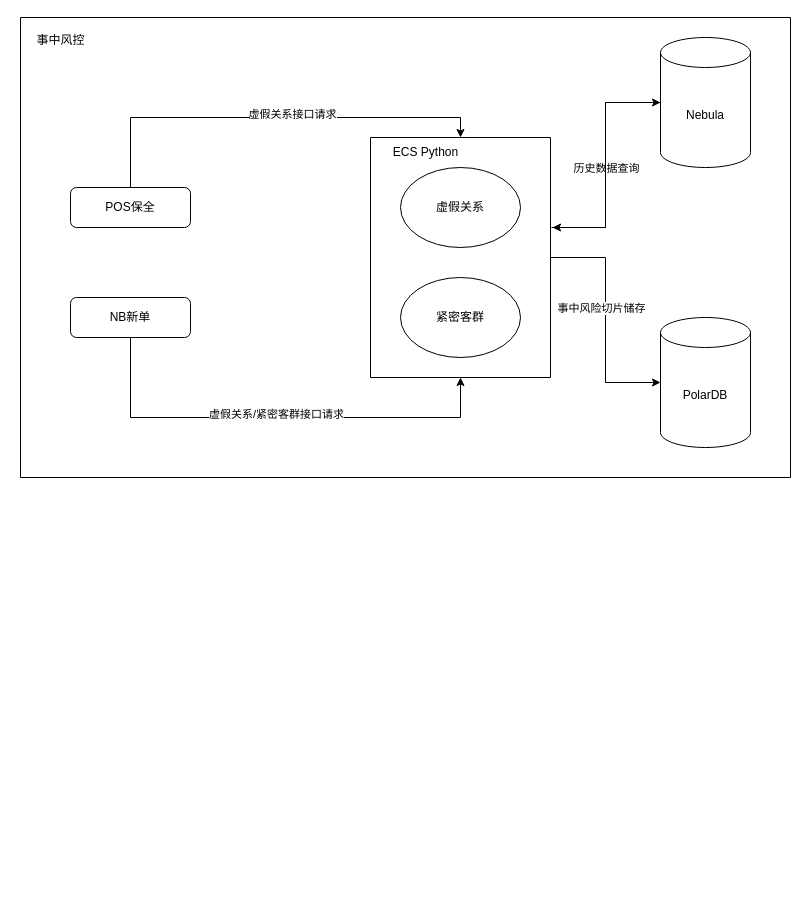
XiaoLiuAI/diagrams keeps this draw.io diagram as page "Page-1" (1 of 3) of 友邦/友邦事中数据流.drawio. Above is the earlier version. Source tidied: cells renumbered, new cells numbered last; positions are measured from the earlier drawing's top-left corner, leaving out a move shared by most shapes. Both pictures are drawn from the tidied source at 100%, with x=0, y=0 at pixel (20, 17).
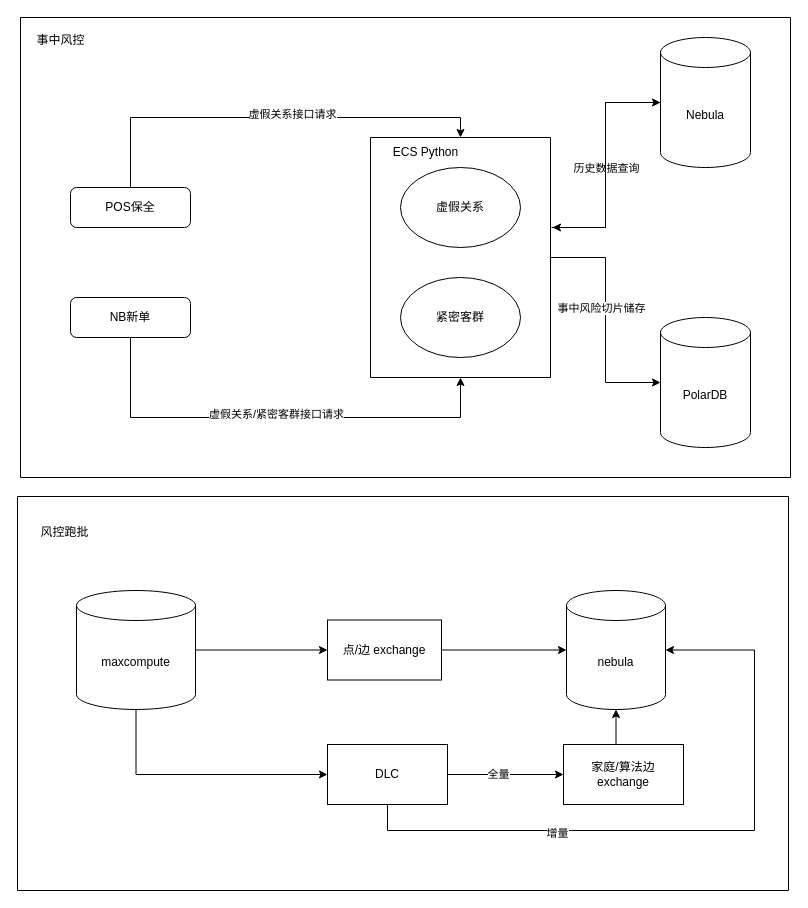
After the change.

Commit message:
Update 友邦事中数据流.drawio

Diff of the diagram source:
```diff
@@
+    <mxCell id="21" style="swimlane;startSize=0;" parent="1" vertex="1">
+      <mxGeometry x="-3" y="479" width="771" height="394" as="geometry" />
+    </mxCell>
+    <mxCell id="22" style="edgeStyle=orthogonalEdgeStyle;rounded=0;jettySize=auto;html=1;" parent="21" edge="1" source="24" target="25">
+      <mxGeometry relative="1" as="geometry" />
+    </mxCell>
+    <mxCell id="23" style="edgeStyle=orthogonalEdgeStyle;rounded=0;jettySize=auto;html=1;exitX=0.5;exitY=1;exitDx=0;exitDy=0;exitPerimeter=0;entryX=0;entryY=0.5;entryDx=0;entryDy=0;" parent="21" edge="1" source="24" target="30">
+      <mxGeometry relative="1" as="geometry" />
+    </mxCell>
+    <mxCell id="24" value="maxcompute" style="shape=cylinder3;whiteSpace=wrap;html=1;boundedLbl=1;backgroundOutline=1;size=15;" parent="21" vertex="1">
+      <mxGeometry x="59" y="94" width="119" height="119" as="geometry" />
+    </mxCell>
+    <mxCell id="25" value="点/边 exchange" style="whiteSpace=wrap;html=1;" parent="21" vertex="1">
+      <mxGeometry x="310" y="123.5" width="114" height="60" as="geometry" />
+    </mxCell>
+    <mxCell id="26" value="nebula" style="shape=cylinder3;whiteSpace=wrap;html=1;boundedLbl=1;backgroundOutline=1;size=15;" parent="21" vertex="1">
+      <mxGeometry x="549" y="94" width="99" height="119" as="geometry" />
+    </mxCell>
+    <mxCell id="27" style="edgeStyle=orthogonalEdgeStyle;rounded=0;jettySize=auto;html=1;entryX=0;entryY=0.5;entryDx=0;entryDy=0;entryPerimeter=0;" parent="21" edge="1" source="25" target="26">
+      <mxGeometry relative="1" as="geometry" />
+    </mxCell>
+    <mxCell id="28" style="edgeStyle=orthogonalEdgeStyle;rounded=0;jettySize=auto;html=1;exitX=1;exitY=0.5;exitDx=0;exitDy=0;entryX=0;entryY=0.5;entryDx=0;entryDy=0;" parent="21" edge="1" source="30" target="31">
+      <mxGeometry relative="1" as="geometry" />
+    </mxCell>
+    <mxCell id="29" value="全量" style="edgeLabel;html=1;align=center;verticalAlign=middle;" parent="28" vertex="1">
+      <mxGeometry x="-0.14" y="1" relative="1" as="geometry" />
+    </mxCell>
+    <mxCell id="30" value="DLC" style="rounded=0;whiteSpace=wrap;html=1;" parent="21" vertex="1">
+      <mxGeometry x="310" y="248" width="120" height="60" as="geometry" />
+    </mxCell>
+    <mxCell id="31" value="家庭/算法边&lt;div&gt;exchange&lt;/div&gt;" style="rounded=0;whiteSpace=wrap;html=1;" parent="21" vertex="1">
+      <mxGeometry x="546" y="248" width="120" height="60" as="geometry" />
+    </mxCell>
+    <mxCell id="32" style="edgeStyle=orthogonalEdgeStyle;rounded=0;jettySize=auto;html=1;exitX=0.5;exitY=0;exitDx=0;exitDy=0;entryX=0.5;entryY=1;entryDx=0;entryDy=0;entryPerimeter=0;" parent="21" edge="1" source="31" target="26">
+      <mxGeometry relative="1" as="geometry" />
+    </mxCell>
+    <mxCell id="33" style="edgeStyle=orthogonalEdgeStyle;rounded=0;jettySize=auto;html=1;entryX=1;entryY=0.5;entryDx=0;entryDy=0;entryPerimeter=0;" parent="21" edge="1" source="30" target="26">
+      <mxGeometry relative="1" as="geometry">
+        <Array as="points">
+          <mxPoint x="370" y="334" />
+          <mxPoint x="737" y="334" />
+          <mxPoint x="737" y="154" />
+        </Array>
+      </mxGeometry>
+    </mxCell>
+    <mxCell id="34" value="增量" style="edgeLabel;html=1;align=center;verticalAlign=middle;" parent="33" vertex="1">
+      <mxGeometry x="-0.41" y="-2" relative="1" as="geometry" />
+    </mxCell>
+    <mxCell id="35" value="风控跑批" style="text;html=1;align=center;verticalAlign=middle;strokeColor=none;fillColor=none;" parent="1" vertex="1">
+      <mxGeometry x="11" y="502" width="66" height="26" as="geometry" />
+    </mxCell>
```
